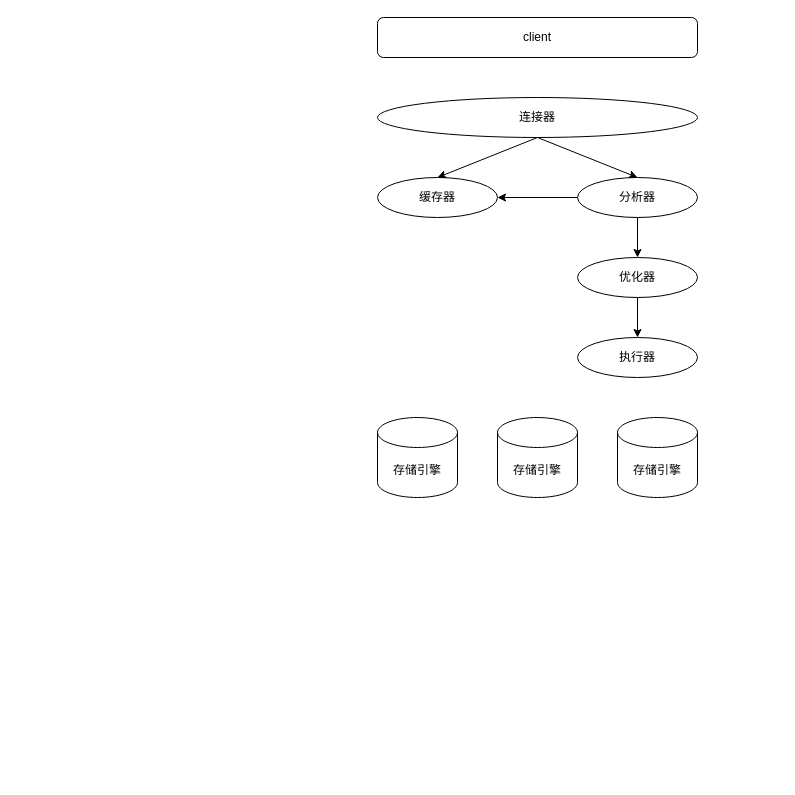
djaigoo/blog keeps this draw.io diagram as _data/mysql.drawio. Above is the earlier version. Source tidied: cells renumbered, new cells numbered last; positions are measured from the earlier drawing's top-left corner, leaving out a move shared by most shapes. Both pictures are drawn from the tidied source at 100%, with x=0, y=0 at pixel (377, 17).
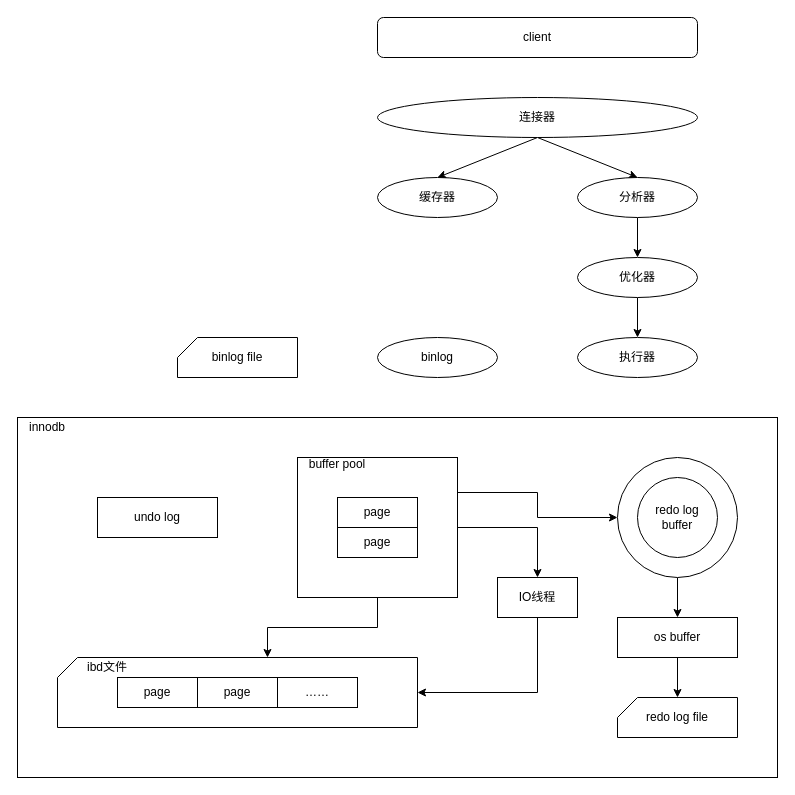
The same diagram, later.

The change refers to these unchanged cells:
```xml
<mxCell id="9" value="缓存器" style="ellipse;whiteSpace=wrap;html=1;" parent="1" vertex="1">
  <mxGeometry y="160" width="120" height="40" as="geometry" />
</mxCell>
<mxCell id="15" value="分析器" style="ellipse;whiteSpace=wrap;html=1;" parent="1" vertex="1">
  <mxGeometry x="200" y="160" width="120" height="40" as="geometry" />
</mxCell>
```

Change to the diagram source:
```diff
@@
+    <mxCell id="16" style="rounded=0;whiteSpace=wrap;html=1;fillColor=none;" parent="1" vertex="1">
+      <mxGeometry x="-360" y="400" width="760" height="360" as="geometry" />
+    </mxCell>
+    <mxCell id="17" style="group;" parent="1" vertex="1">
+      <mxGeometry x="-80" y="440" width="160" height="140" as="geometry" />
+    </mxCell>
+    <mxCell id="18" style="rounded=0;whiteSpace=wrap;html=1;fillColor=none;" parent="17" vertex="1">
+      <mxGeometry width="160" height="140" as="geometry" />
+    </mxCell>
+    <mxCell id="19" value="buffer pool" style="rounded=0;whiteSpace=wrap;html=1;strokeColor=none;opacity=0;" parent="17" vertex="1">
+      <mxGeometry width="80" height="14" as="geometry" />
+    </mxCell>
@@
-    <mxCell id="3" value="存储引擎" style="shape=cylinder3;whiteSpace=wrap;html=1;boundedLbl=1;backgroundOutline=1;size=15;" parent="1" vertex="1">
-      <mxGeometry y="400" width="80" height="80" as="geometry" />
-    </mxCell>
-    <mxCell id="4" value="存储引擎" style="shape=cylinder3;whiteSpace=wrap;html=1;boundedLbl=1;backgroundOutline=1;size=15;" parent="1" vertex="1">
-      <mxGeometry x="120" y="400" width="80" height="80" as="geometry" />
-    </mxCell>
-    <mxCell id="5" value="存储引擎" style="shape=cylinder3;whiteSpace=wrap;html=1;boundedLbl=1;backgroundOutline=1;size=15;" parent="1" vertex="1">
-      <mxGeometry x="240" y="400" width="80" height="80" as="geometry" />
-    </mxCell>
@@
-    <mxCell id="14" style="edgeStyle=orthogonalEdgeStyle;rounded=0;jettySize=auto;html=1;exitX=0;exitY=0.5;exitDx=0;exitDy=0;entryX=1;entryY=0.5;entryDx=0;entryDy=0;" parent="1" edge="1" source="15" target="9">
-      <mxGeometry relative="1" as="geometry" />
-    </mxCell>
@@
+    <mxCell id="20" value="binlog" style="ellipse;whiteSpace=wrap;html=1;" parent="1" vertex="1">
+      <mxGeometry y="320" width="120" height="40" as="geometry" />
+    </mxCell>
+    <mxCell id="21" value="binlog file" style="shape=card;whiteSpace=wrap;html=1;size=20;" parent="1" vertex="1">
+      <mxGeometry x="-200" y="320" width="120" height="40" as="geometry" />
+    </mxCell>
+    <mxCell id="22" style="edgeStyle=orthogonalEdgeStyle;rounded=0;jettySize=auto;html=1;exitX=0.5;exitY=1;exitDx=0;exitDy=0;entryX=0.5;entryY=0;entryDx=0;entryDy=0;" parent="1" edge="1" source="23" target="26">
+      <mxGeometry relative="1" as="geometry" />
+    </mxCell>
+    <mxCell id="23" style="ellipse;whiteSpace=wrap;html=1;" parent="1" vertex="1">
+      <mxGeometry x="240" y="440" width="120" height="120" as="geometry" />
+    </mxCell>
+    <mxCell id="24" value="redo log&lt;br&gt;buffer" style="ellipse;whiteSpace=wrap;html=1;" parent="1" vertex="1">
+      <mxGeometry x="260" y="460" width="80" height="80" as="geometry" />
+    </mxCell>
+    <mxCell id="25" style="edgeStyle=orthogonalEdgeStyle;rounded=0;jettySize=auto;html=1;exitX=0.5;exitY=1;exitDx=0;exitDy=0;entryX=0.5;entryY=0;entryDx=0;entryDy=0;entryPerimeter=0;" parent="1" edge="1" source="26" target="27">
+      <mxGeometry relative="1" as="geometry" />
+    </mxCell>
+    <mxCell id="26" value="os buffer" style="rounded=0;whiteSpace=wrap;html=1;" parent="1" vertex="1">
+      <mxGeometry x="240" y="600" width="120" height="40" as="geometry" />
+    </mxCell>
+    <mxCell id="27" value="redo log file" style="shape=card;whiteSpace=wrap;html=1;size=20;" parent="1" vertex="1">
+      <mxGeometry x="240" y="680" width="120" height="40" as="geometry" />
+    </mxCell>
+    <mxCell id="28" style="edgeStyle=orthogonalEdgeStyle;rounded=0;jettySize=auto;html=1;exitX=0.5;exitY=1;exitDx=0;exitDy=0;entryX=0;entryY=0;entryDx=210;entryDy=0;entryPerimeter=0;" parent="1" edge="1" source="18" target="39">
+      <mxGeometry relative="1" as="geometry" />
+    </mxCell>
+    <mxCell id="29" style="edgeStyle=orthogonalEdgeStyle;rounded=0;jettySize=auto;html=1;exitX=1;exitY=0.5;exitDx=0;exitDy=0;entryX=0.5;entryY=0;entryDx=0;entryDy=0;" parent="1" edge="1" source="18" target="36">
+      <mxGeometry relative="1" as="geometry" />
+    </mxCell>
+    <mxCell id="30" style="edgeStyle=orthogonalEdgeStyle;rounded=0;jettySize=auto;html=1;exitX=1;exitY=0.25;exitDx=0;exitDy=0;entryX=0;entryY=0.5;entryDx=0;entryDy=0;" parent="1" edge="1" source="18" target="23">
+      <mxGeometry relative="1" as="geometry" />
+    </mxCell>
+    <mxCell id="31" value="innodb" style="rounded=0;whiteSpace=wrap;html=1;strokeColor=none;opacity=0;" parent="1" vertex="1">
+      <mxGeometry x="-360" y="400" width="60" height="20" as="geometry" />
+    </mxCell>
+    <mxCell id="32" value="page" style="rounded=0;whiteSpace=wrap;html=1;" parent="1" vertex="1">
+      <mxGeometry x="-40" y="480" width="80" height="30" as="geometry" />
+    </mxCell>
+    <mxCell id="33" value="page" style="rounded=0;whiteSpace=wrap;html=1;" parent="1" vertex="1">
+      <mxGeometry x="-40" y="510" width="80" height="30" as="geometry" />
+    </mxCell>
+    <mxCell id="34" value="undo log" style="rounded=0;whiteSpace=wrap;html=1;" parent="1" vertex="1">
+      <mxGeometry x="-280" y="480" width="120" height="40" as="geometry" />
+    </mxCell>
+    <mxCell id="35" style="edgeStyle=orthogonalEdgeStyle;rounded=0;jettySize=auto;html=1;exitX=0.5;exitY=1;exitDx=0;exitDy=0;entryX=1;entryY=0.5;entryDx=0;entryDy=0;entryPerimeter=0;" parent="1" edge="1" source="36" target="39">
+      <mxGeometry relative="1" as="geometry" />
+    </mxCell>
+    <mxCell id="36" value="IO线程" style="rounded=0;whiteSpace=wrap;html=1;" parent="1" vertex="1">
+      <mxGeometry x="120" y="560" width="80" height="40" as="geometry" />
+    </mxCell>
+    <mxCell id="37" value="page" style="rounded=0;whiteSpace=wrap;html=1;" parent="1" vertex="1">
+      <mxGeometry x="-180" y="660" width="80" height="30" as="geometry" />
+    </mxCell>
+    <mxCell id="38" value="……" style="rounded=0;whiteSpace=wrap;html=1;" parent="1" vertex="1">
+      <mxGeometry x="-100" y="660" width="80" height="30" as="geometry" />
+    </mxCell>
+    <mxCell id="39" style="shape=card;whiteSpace=wrap;html=1;size=20;fillColor=none;" parent="1" vertex="1">
+      <mxGeometry x="-320" y="640" width="360" height="70" as="geometry" />
+    </mxCell>
+    <mxCell id="40" value="ibd文件" style="rounded=0;whiteSpace=wrap;html=1;strokeColor=none;strokeWidth=0;opacity=0;" parent="1" vertex="1">
+      <mxGeometry x="-300" y="640" width="60" height="20" as="geometry" />
+    </mxCell>
+    <mxCell id="41" value="page" style="rounded=0;whiteSpace=wrap;html=1;" parent="1" vertex="1">
+      <mxGeometry x="-260" y="660" width="80" height="30" as="geometry" />
+    </mxCell>
```
